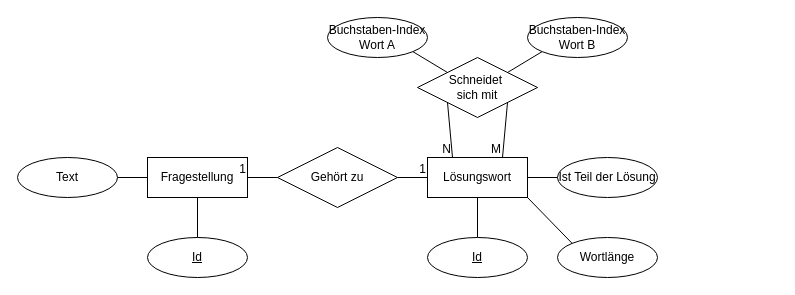
This is ClassDiagram.drawio from Der-kleine-Schwede/UMLDiagrams, a draw.io file, before an edit. Source tidied: cells renumbered, new cells numbered last; positions are measured from the earlier drawing's top-left corner, leaving out a move shared by most shapes. Both pictures are drawn from the tidied source at 100%, with x=0, y=0 at pixel (17, 17).
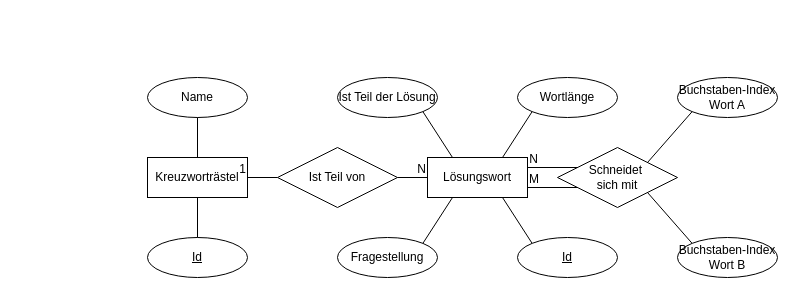
After the change.

The change refers to these unchanged cells:
```xml
<mxCell id="3" value="Lösungswort" style="whiteSpace=wrap;html=1;align=center;" parent="1" vertex="1">
  <mxGeometry x="410" y="140" width="100" height="40" as="geometry" />
</mxCell>
<mxCell id="9" style="endArrow=none;html=1;rounded=0;exitX=1;exitY=0.5;exitDx=0;exitDy=0;entryX=0;entryY=0.5;entryDx=0;entryDy=0;" parent="1" edge="1" source="8" target="3">
  <mxGeometry relative="1" as="geometry" />
</mxCell>
```

The edit, as a diff of the source:
```diff
@@
-    <mxCell id="2" value="Fragestellung" style="whiteSpace=wrap;html=1;align=center;" parent="1" vertex="1">
+    <mxCell id="2" value="Kreuzworträstel" style="whiteSpace=wrap;html=1;align=center;" parent="1" vertex="1">
       <mxGeometry x="130" y="140" width="100" height="40" as="geometry" />
     </mxCell>
@@
-    <mxCell id="4" value="Text" style="ellipse;whiteSpace=wrap;html=1;align=center;" parent="1" vertex="1">
-      <mxGeometry y="140" width="100" height="40" as="geometry" />
+    <mxCell id="4" value="Name" style="ellipse;whiteSpace=wrap;html=1;align=center;" parent="1" vertex="1">
+      <mxGeometry x="130" y="60" width="100" height="40" as="geometry" />
     </mxCell>
-    <mxCell id="5" style="endArrow=none;html=1;rounded=0;exitX=1;exitY=0.5;exitDx=0;exitDy=0;entryX=0;entryY=0.5;entryDx=0;entryDy=0;" parent="1" edge="1" source="4" target="2">
+    <mxCell id="5" style="endArrow=none;html=1;rounded=0;exitX=0.5;exitY=1;exitDx=0;exitDy=0;entryX=0.5;entryY=0;entryDx=0;entryDy=0;" parent="1" edge="1" source="4" target="2">
       <mxGeometry relative="1" as="geometry" />
     </mxCell>
     <mxCell id="6" value="Wortlänge" style="ellipse;whiteSpace=wrap;html=1;align=center;" parent="1" vertex="1">
-      <mxGeometry x="540" y="220" width="100" height="40" as="geometry" />
+      <mxGeometry x="500" y="60" width="100" height="40" as="geometry" />
     </mxCell>
-    <mxCell id="7" style="endArrow=none;html=1;rounded=0;entryX=1;entryY=1;entryDx=0;entryDy=0;exitX=0;exitY=0;exitDx=0;exitDy=0;" parent="1" edge="1" source="6" target="3">
+    <mxCell id="7" style="endArrow=none;html=1;rounded=0;entryX=0.75;entryY=0;entryDx=0;entryDy=0;exitX=0;exitY=1;exitDx=0;exitDy=0;" parent="1" edge="1" source="6" target="3">
       <mxGeometry relative="1" as="geometry" />
     </mxCell>
-    <mxCell id="8" value="Gehört zu" style="shape=rhombus;perimeter=rhombusPerimeter;whiteSpace=wrap;html=1;align=center;" parent="1" vertex="1">
+    <mxCell id="8" value="Ist Teil von" style="shape=rhombus;perimeter=rhombusPerimeter;whiteSpace=wrap;html=1;align=center;" parent="1" vertex="1">
       <mxGeometry x="260" y="130" width="120" height="60" as="geometry" />
     </mxCell>
@@
-    <mxCell id="10" value="1" style="html=1;whiteSpace=wrap;align=right;verticalAlign=bottom;" parent="9" vertex="1">
+    <mxCell id="10" value="N" style="html=1;whiteSpace=wrap;align=right;verticalAlign=bottom;" parent="9" vertex="1">
       <mxGeometry x="1" relative="1" as="geometry" />
     </mxCell>
@@
     <mxCell id="13" value="&lt;div&gt;Schneidet&amp;nbsp;&lt;/div&gt;&lt;div&gt;sich mit&lt;/div&gt;" style="shape=rhombus;perimeter=rhombusPerimeter;whiteSpace=wrap;html=1;align=center;" parent="1" vertex="1">
-      <mxGeometry x="400" y="40" width="120" height="60" as="geometry" />
+      <mxGeometry x="540" y="130" width="120" height="60" as="geometry" />
     </mxCell>
-    <mxCell id="14" style="endArrow=none;html=1;rounded=0;exitX=0;exitY=1;exitDx=0;exitDy=0;entryX=0.25;entryY=0;entryDx=0;entryDy=0;" parent="1" edge="1" source="13" target="3">
-      <mxGeometry relative="1" as="geometry" />
+    <mxCell id="14" style="endArrow=none;html=1;rounded=0;" parent="1" edge="1">
+      <mxGeometry relative="1" as="geometry">
+        <mxPoint x="560" y="150" as="sourcePoint" />
+        <mxPoint x="510" y="150" as="targetPoint" />
+      </mxGeometry>
     </mxCell>
     <mxCell id="15" value="N" style="html=1;whiteSpace=wrap;align=right;verticalAlign=bottom;" parent="14" vertex="1">
-      <mxGeometry x="1" relative="1" as="geometry" />
+      <mxGeometry x="1" relative="1" as="geometry">
+        <mxPoint x="12" as="offset" />
+      </mxGeometry>
     </mxCell>
-    <mxCell id="16" style="endArrow=none;html=1;rounded=0;exitX=1;exitY=1;exitDx=0;exitDy=0;entryX=0.75;entryY=0;entryDx=0;entryDy=0;" parent="1" edge="1" source="13" target="3">
-      <mxGeometry relative="1" as="geometry" />
+    <mxCell id="16" style="endArrow=none;html=1;rounded=0;" parent="1" edge="1">
+      <mxGeometry relative="1" as="geometry">
+        <mxPoint x="560" y="170" as="sourcePoint" />
+        <mxPoint x="510" y="170" as="targetPoint" />
+      </mxGeometry>
     </mxCell>
     <mxCell id="17" value="M" style="html=1;whiteSpace=wrap;align=right;verticalAlign=bottom;" parent="16" vertex="1">
-      <mxGeometry x="1" relative="1" as="geometry" />
+      <mxGeometry x="1" relative="1" as="geometry">
+        <mxPoint x="13" as="offset" />
+      </mxGeometry>
     </mxCell>
     <mxCell id="18" value="&lt;div&gt;Buchstaben-Index&lt;/div&gt;&lt;div&gt;Wort A&lt;/div&gt;" style="ellipse;whiteSpace=wrap;html=1;align=center;" parent="1" vertex="1">
-      <mxGeometry x="310" width="100" height="40" as="geometry" />
+      <mxGeometry x="660" y="60" width="100" height="40" as="geometry" />
     </mxCell>
-    <mxCell id="19" style="endArrow=none;html=1;rounded=0;exitX=0;exitY=0;exitDx=0;exitDy=0;entryX=1;entryY=1;entryDx=0;entryDy=0;" parent="1" edge="1" source="13" target="18">
+    <mxCell id="19" style="endArrow=none;html=1;rounded=0;exitX=1;exitY=0;exitDx=0;exitDy=0;entryX=0;entryY=1;entryDx=0;entryDy=0;" parent="1" edge="1" source="13" target="18">
       <mxGeometry relative="1" as="geometry" />
     </mxCell>
-    <mxCell id="20" style="endArrow=none;html=1;rounded=0;entryX=1;entryY=0;entryDx=0;entryDy=0;exitX=0;exitY=1;exitDx=0;exitDy=0;" parent="1" edge="1" source="21" target="13">
+    <mxCell id="20" style="endArrow=none;html=1;rounded=0;entryX=1;entryY=1;entryDx=0;entryDy=0;exitX=0;exitY=0;exitDx=0;exitDy=0;" parent="1" edge="1" source="21" target="13">
       <mxGeometry relative="1" as="geometry" />
     </mxCell>
     <mxCell id="21" value="&lt;div&gt;Buchstaben-Index &lt;br&gt;&lt;/div&gt;&lt;div&gt;Wort B&lt;br&gt;&lt;/div&gt;" style="ellipse;whiteSpace=wrap;html=1;align=center;" parent="1" vertex="1">
-      <mxGeometry x="510" width="100" height="40" as="geometry" />
+      <mxGeometry x="660" y="220" width="100" height="40" as="geometry" />
     </mxCell>
     <mxCell id="22" value="Ist Teil der Lösung" style="ellipse;whiteSpace=wrap;html=1;align=center;" parent="1" vertex="1">
-      <mxGeometry x="540" y="140" width="100" height="40" as="geometry" />
+      <mxGeometry x="320" y="60" width="100" height="40" as="geometry" />
     </mxCell>
-    <mxCell id="23" style="endArrow=none;html=1;rounded=0;exitX=1;exitY=0.5;exitDx=0;exitDy=0;entryX=0;entryY=0.5;entryDx=0;entryDy=0;" parent="1" edge="1" source="3" target="22">
+    <mxCell id="23" style="endArrow=none;html=1;rounded=0;exitX=0.25;exitY=0;exitDx=0;exitDy=0;entryX=1;entryY=1;entryDx=0;entryDy=0;" parent="1" edge="1" source="3" target="22">
       <mxGeometry relative="1" as="geometry" />
     </mxCell>
@@
-    <mxCell id="25" style="endArrow=none;html=1;rounded=0;exitX=0.5;exitY=1;exitDx=0;exitDy=0;entryX=0.5;entryY=0;entryDx=0;entryDy=0;" parent="1" edge="1" source="3" target="26">
+    <mxCell id="25" style="endArrow=none;html=1;rounded=0;exitX=0.75;exitY=1;exitDx=0;exitDy=0;entryX=0;entryY=0;entryDx=0;entryDy=0;" parent="1" edge="1" source="3" target="26">
       <mxGeometry relative="1" as="geometry" />
     </mxCell>
     <mxCell id="26" value="&lt;u&gt;Id&lt;/u&gt;" style="ellipse;whiteSpace=wrap;html=1;align=center;" parent="1" vertex="1">
-      <mxGeometry x="410" y="220" width="100" height="40" as="geometry" />
+      <mxGeometry x="500" y="220" width="100" height="40" as="geometry" />
     </mxCell>
@@
+    <mxCell id="28" value="Fragestellung" style="ellipse;whiteSpace=wrap;html=1;align=center;" parent="1" vertex="1">
+      <mxGeometry x="320" y="220" width="100" height="40" as="geometry" />
+    </mxCell>
+    <mxCell id="29" style="endArrow=none;html=1;rounded=0;entryX=0.25;entryY=1;entryDx=0;entryDy=0;exitX=1;exitY=0;exitDx=0;exitDy=0;" parent="1" edge="1" source="28" target="3">
+      <mxGeometry relative="1" as="geometry" />
+    </mxCell>
```
